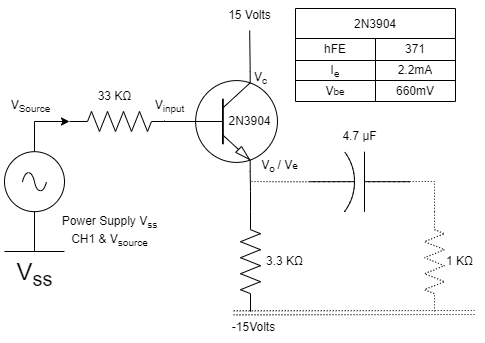
The draw.io diagram Lab04-EmitterFollower/EmitterFollower.drawio.png in k3jdr/MyLabsData, before a commit. Source tidied: cells renumbered, new cells last; positions are measured from the earlier drawing's top-left corner, leaving out a move shared by most shapes.
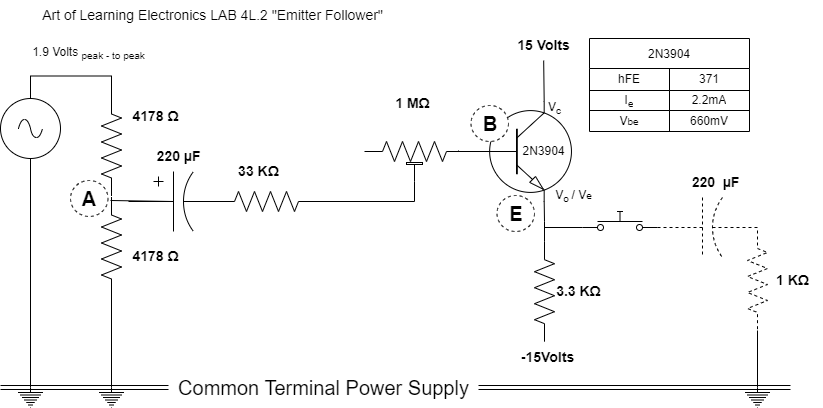
After the commit.

What changed in the source:
```diff
@@ -3,82 +3,69 @@
     <mxCell id="0" />
     <mxCell id="1" parent="0" />
     <mxCell id="2" style="verticalLabelPosition=bottom;shadow=0;dashed=0;align=center;html=1;verticalAlign=top;shape=mxgraph.electrical.transistors.npn_transistor_1;" parent="1" vertex="1">
-      <mxGeometry x="184" y="71" width="95" height="100" as="geometry" />
+      <mxGeometry x="472" y="91" width="95" height="100" as="geometry" />
     </mxCell>
+    <mxCell id="39" style="edgeStyle=orthogonalEdgeStyle;rounded=0;jettySize=auto;html=1;exitX=1;exitY=0.5;exitDx=0;exitDy=0;exitPerimeter=0;entryX=0.5;entryY=1;entryDx=0;entryDy=0;entryPerimeter=0;endArrow=none;endFill=0;" parent="1" edge="1" target="52">
+      <mxGeometry relative="1" as="geometry">
+        <mxPoint x="294" y="191" as="sourcePoint" />
+      </mxGeometry>
+    </mxCell>
+    <mxCell id="40" style="edgeStyle=orthogonalEdgeStyle;rounded=0;jettySize=auto;html=1;exitX=0;exitY=0.5;exitDx=0;exitDy=0;exitPerimeter=0;entryX=1;entryY=0.5;entryDx=0;entryDy=0;entryPerimeter=0;endArrow=none;endFill=0;" parent="1" edge="1" source="3" target="54">
+      <mxGeometry relative="1" as="geometry" />
+    </mxCell>
     <mxCell id="3" style="verticalLabelPosition=bottom;shadow=0;dashed=0;align=center;html=1;verticalAlign=top;shape=mxgraph.electrical.resistors.resistor_2;" parent="1" vertex="1">
-      <mxGeometry x="69" y="111" width="100" height="20" as="geometry" />
+      <mxGeometry x="210" y="181" width="100" height="20" as="geometry" />
     </mxCell>
     <mxCell id="4" style="edgeStyle=orthogonalEdgeStyle;rounded=0;jettySize=auto;html=1;endArrow=none;endFill=0;entryX=0.7;entryY=1;entryDx=0;entryDy=0;entryPerimeter=0;" parent="1" edge="1" source="5" target="2">
       <mxGeometry relative="1" as="geometry" />
     </mxCell>
     <mxCell id="5" style="verticalLabelPosition=bottom;shadow=0;dashed=0;align=center;html=1;verticalAlign=top;shape=mxgraph.electrical.resistors.resistor_2;direction=south;" parent="1" vertex="1">
-      <mxGeometry x="240" y="211.2" width="20" height="100" as="geometry" />
+      <mxGeometry x="528" y="231.2" width="20" height="100" as="geometry" />
     </mxCell>
-    <mxCell id="6" value="3.3 KΩ" style="text;html=1;align=center;verticalAlign=middle;strokeColor=none;fillColor=none;" parent="1" vertex="1">
-      <mxGeometry x="254" y="246.2" width="60" height="30" as="geometry" />
+    <mxCell id="6" value="&lt;b&gt;&lt;font style=&quot;font-size: 14px;&quot;&gt;3.3 KΩ&lt;/font&gt;&lt;/b&gt;" style="text;html=1;align=center;verticalAlign=middle;strokeColor=none;fillColor=none;" parent="1" vertex="1">
+      <mxGeometry x="537" y="266.2" width="70" height="30" as="geometry" />
     </mxCell>
-    <mxCell id="7" value="-15Volts" style="text;html=1;align=center;verticalAlign=middle;strokeColor=none;fillColor=none;" parent="1" vertex="1">
-      <mxGeometry x="218" y="312" width="70" height="30" as="geometry" />
+    <mxCell id="7" value="&lt;b&gt;&lt;font style=&quot;font-size: 14px;&quot;&gt;-15Volts&lt;/font&gt;&lt;/b&gt;" style="text;html=1;align=center;verticalAlign=middle;strokeColor=none;fillColor=none;" parent="1" vertex="1">
+      <mxGeometry x="501" y="332" width="80" height="30" as="geometry" />
     </mxCell>
-    <mxCell id="8" value="15 Volts" style="text;html=1;align=center;verticalAlign=middle;points=[];strokeColor=none;fillColor=none;" parent="1" vertex="1">
-      <mxGeometry x="214" width="70" height="30" as="geometry" />
+    <mxCell id="8" value="&lt;b&gt;&lt;font style=&quot;font-size: 14px;&quot;&gt;15 Volts&lt;/font&gt;&lt;/b&gt;" style="text;html=1;align=center;verticalAlign=middle;points=[];strokeColor=none;fillColor=none;" parent="1" vertex="1">
+      <mxGeometry x="497" y="20" width="80" height="30" as="geometry" />
     </mxCell>
-    <mxCell id="9" value="33 KΩ" style="text;html=1;align=center;verticalAlign=middle;strokeColor=none;fillColor=none;" parent="1" vertex="1">
-      <mxGeometry x="84" y="81" width="60" height="30" as="geometry" />
+    <mxCell id="9" value="&lt;b&gt;&lt;font style=&quot;font-size: 14px;&quot;&gt;33 KΩ&lt;/font&gt;&lt;/b&gt;" style="text;html=1;align=center;verticalAlign=middle;strokeColor=none;fillColor=none;" parent="1" vertex="1">
+      <mxGeometry x="222" y="145.5" width="60" height="30" as="geometry" />
     </mxCell>
     <mxCell id="10" style="edgeStyle=orthogonalEdgeStyle;rounded=0;orthogonalLoop=1;jettySize=auto;html=1;endArrow=none;endFill=0;" parent="1" edge="1">
       <mxGeometry relative="1" as="geometry">
-        <mxPoint x="192" y="121" as="sourcePoint" />
-        <mxPoint x="164" y="120" as="targetPoint" />
+        <mxPoint x="480" y="141" as="sourcePoint" />
+        <mxPoint x="452" y="140" as="targetPoint" />
       </mxGeometry>
     </mxCell>
     <mxCell id="11" value="2N3904" style="text;html=1;align=center;verticalAlign=middle;strokeColor=none;fillColor=none;" parent="1" vertex="1">
-      <mxGeometry x="214" y="106" width="70" height="30" as="geometry" />
+      <mxGeometry x="502" y="126" width="70" height="30" as="geometry" />
     </mxCell>
-    <mxCell id="12" style="edgeStyle=orthogonalEdgeStyle;rounded=0;jettySize=auto;html=1;endArrow=none;endFill=0;dashed=1;dashPattern=1 2;" parent="1" edge="1" source="13">
-      <mxGeometry relative="1" as="geometry">
-        <mxPoint x="250" y="181" as="targetPoint" />
-      </mxGeometry>
-    </mxCell>
-    <mxCell id="13" style="verticalLabelPosition=bottom;shadow=0;dashed=0;align=center;html=1;verticalAlign=top;shape=mxgraph.electrical.capacitors.capacitor_2;direction=west;" parent="1" vertex="1">
-      <mxGeometry x="309" y="151.2" width="100" height="60" as="geometry" />
-    </mxCell>
-    <mxCell id="14" value="4.7 µF" style="text;html=1;align=center;verticalAlign=middle;strokeColor=none;fillColor=none;dashed=1;dashPattern=1 2;" parent="1" vertex="1">
-      <mxGeometry x="329" y="121.2" width="60" height="30" as="geometry" />
+    <mxCell id="14" value="&lt;b&gt;&lt;font style=&quot;font-size: 14px;&quot;&gt;220&amp;nbsp; µF&lt;/font&gt;&lt;/b&gt;" style="text;html=1;align=center;verticalAlign=middle;strokeColor=none;fillColor=none;dashed=1;dashPattern=1 2;" parent="1" vertex="1">
+      <mxGeometry x="674" y="157" width="70" height="30" as="geometry" />
     </mxCell>
-    <mxCell id="15" style="verticalLabelPosition=bottom;shadow=0;dashed=1;align=center;html=1;verticalAlign=top;shape=mxgraph.electrical.resistors.resistor_2;direction=south;dashPattern=1 2;" parent="1" vertex="1">
-      <mxGeometry x="424" y="211.2" width="20" height="100" as="geometry" />
+    <mxCell id="15" style="verticalLabelPosition=bottom;shadow=0;dashed=1;align=center;html=1;verticalAlign=top;shape=mxgraph.electrical.resistors.resistor_2;direction=south;" parent="1" vertex="1">
+      <mxGeometry x="741" y="220" width="20" height="100" as="geometry" />
     </mxCell>
     <mxCell id="16" style="endArrow=none;html=1;rounded=0;exitX=0.7;exitY=0;exitDx=0;exitDy=0;exitPerimeter=0;" parent="1" edge="1" source="2" target="8">
       <mxGeometry relative="1" as="geometry" />
     </mxCell>
-    <mxCell id="17" style="verticalLabelPosition=bottom;shadow=0;dashed=1;align=center;html=1;verticalAlign=top;shape=mxgraph.electrical.capacitors.capacitor_2;direction=west;strokeWidth=1;dashPattern=1 4;" parent="1" vertex="1">
-      <mxGeometry x="309" y="151.2" width="100" height="60" as="geometry" />
+    <mxCell id="17" style="verticalLabelPosition=bottom;shadow=0;dashed=1;align=center;html=1;verticalAlign=top;shape=mxgraph.electrical.capacitors.capacitor_2;direction=west;strokeWidth=1;rotation=-180;" parent="1" vertex="1">
+      <mxGeometry x="651" y="187" width="100" height="60" as="geometry" />
     </mxCell>
-    <mxCell id="18" value="1 KΩ" style="text;html=1;align=center;verticalAlign=middle;strokeColor=none;fillColor=none;dashed=1;dashPattern=1 2;" parent="1" vertex="1">
-      <mxGeometry x="434" y="246.2" width="50" height="30" as="geometry" />
+    <mxCell id="18" value="&lt;b&gt;&lt;font style=&quot;font-size: 14px;&quot;&gt;1 KΩ&lt;/font&gt;&lt;/b&gt;" style="text;html=1;align=center;verticalAlign=middle;strokeColor=none;fillColor=none;dashed=1;dashPattern=1 2;" parent="1" vertex="1">
+      <mxGeometry x="756" y="255" width="60" height="30" as="geometry" />
     </mxCell>
-    <mxCell id="19" style="edgeStyle=orthogonalEdgeStyle;rounded=0;jettySize=auto;html=1;endArrow=none;endFill=0;dashed=1;dashPattern=1 2;exitX=0;exitY=0.5;exitDx=0;exitDy=0;exitPerimeter=0;" parent="1" edge="1" source="15" target="17">
-      <mxGeometry relative="1" as="geometry">
-        <Array as="points">
-          <mxPoint x="434" y="181" />
-        </Array>
-      </mxGeometry>
-    </mxCell>
-    <mxCell id="20" style="edgeStyle=orthogonalEdgeStyle;rounded=0;jettySize=auto;html=1;entryX=0;entryY=0.5;entryDx=0;entryDy=0;entryPerimeter=0;exitX=0.5;exitY=0;exitDx=0;exitDy=0;exitPerimeter=0;" parent="1" edge="1" source="21" target="3">
-      <mxGeometry relative="1" as="geometry" />
-    </mxCell>
+    <mxCell id="41" style="edgeStyle=none;rounded=0;jettySize=auto;html=1;entryX=0.5;entryY=0;entryDx=0;entryDy=0;entryPerimeter=0;endArrow=none;endFill=0;" parent="1" edge="1" source="21" target="42">
+      <mxGeometry relative="1" as="geometry" />
+    </mxCell>
     <mxCell id="21" style="verticalLabelPosition=bottom;shadow=0;dashed=0;align=center;html=1;verticalAlign=top;shape=mxgraph.electrical.signal_sources.source;points=[[0.5,0,0],[1,0.5,0],[0.5,1,0],[0,0.5,0]];elSignalType=ac;strokeWidth=1;" parent="1" vertex="1">
-      <mxGeometry x="4" y="151.2" width="60" height="60" as="geometry" />
+      <mxGeometry x="-6" y="88" width="60" height="60" as="geometry" />
     </mxCell>
-    <mxCell id="22" style="shape=link;html=1;rounded=0;dashed=1;dashPattern=1 2;endArrow=none;endFill=0;exitX=0.36;exitY=0.01;exitDx=0;exitDy=0;exitPerimeter=0;" parent="1" edge="1">
-      <mxGeometry relative="1" as="geometry">
-        <mxPoint x="233.2" y="312.3" as="sourcePoint" />
-        <mxPoint x="474" y="312" as="targetPoint" />
-      </mxGeometry>
-    </mxCell>
     <mxCell id="23" value="2N3904" style="shape=table;startSize=30;strokeWidth=1;" parent="1" vertex="1">
-      <mxGeometry x="295" y="8" width="160" height="93" as="geometry" />
+      <mxGeometry x="583" y="28" width="160" height="93" as="geometry" />
     </mxCell>
     <mxCell id="24" style="shape=tableRow;horizontal=0;startSize=0;swimlaneHead=0;swimlaneBody=0;strokeColor=inherit;top=0;left=0;bottom=0;right=0;fillColor=none;dashed=1;strokeWidth=1;" parent="23" vertex="1">
       <mxGeometry y="30" width="160" height="22" as="geometry" />
@@ -108,22 +95,94 @@
       <mxGeometry x="80" width="80" height="21" as="geometry" />
     </mxCell>
     <mxCell id="33" value="V&lt;sub&gt;o &lt;/sub&gt;/ V&lt;span style=&quot;font-size: 10px;&quot;&gt;e&lt;/span&gt;" style="text;html=1;align=center;verticalAlign=middle;strokeColor=none;fillColor=none;" parent="1" vertex="1">
-      <mxGeometry x="249" y="151" width="60" height="30" as="geometry" />
+      <mxGeometry x="537" y="171" width="60" height="30" as="geometry" />
     </mxCell>
     <mxCell id="34" value="V&lt;sub&gt;c&lt;/sub&gt;" style="text;html=1;align=center;verticalAlign=middle;strokeColor=none;fillColor=none;" parent="1" vertex="1">
-      <mxGeometry x="240" y="63" width="40" height="30" as="geometry" />
+      <mxGeometry x="528" y="83" width="40" height="30" as="geometry" />
     </mxCell>
-    <mxCell id="35" value="V&lt;sub&gt;input&lt;/sub&gt;" style="text;html=1;align=center;verticalAlign=middle;strokeColor=none;fillColor=none;" parent="1" vertex="1">
-      <mxGeometry x="144" y="91.2" width="50" height="30" as="geometry" />
-    </mxCell>
-    <mxCell id="36" value="V&lt;sub&gt;Source&lt;/sub&gt;" style="text;html=1;align=center;verticalAlign=middle;strokeColor=none;fillColor=none;" parent="1" vertex="1">
-      <mxGeometry y="91.2" width="60" height="30" as="geometry" />
-    </mxCell>
-    <mxCell id="37" value="Power Supply V&lt;sub&gt;ss&lt;/sub&gt;&lt;br&gt;CH1 &amp;amp; V&lt;sub&gt;source&lt;/sub&gt;" style="text;html=1;align=center;verticalAlign=middle;strokeColor=none;fillColor=none;" parent="1" vertex="1">
-      <mxGeometry x="49" y="206" width="120" height="50" as="geometry" />
-    </mxCell>
-    <mxCell id="38" value="V&lt;sub&gt;ss&lt;/sub&gt;" style="verticalLabelPosition=bottom;shadow=0;dashed=0;align=center;html=1;verticalAlign=top;shape=mxgraph.electrical.signal_sources.vss2;fontSize=24;flipV=1;" parent="1" vertex="1">
-      <mxGeometry x="4" y="211" width="60" height="40" as="geometry" />
-    </mxCell>
+    <mxCell id="42" style="verticalLabelPosition=bottom;shadow=0;dashed=0;align=center;html=1;verticalAlign=top;shape=mxgraph.electrical.signal_sources.protective_earth;" parent="1" vertex="1">
+      <mxGeometry x="11.5" y="377" width="25" height="20" as="geometry" />
+    </mxCell>
+    <mxCell id="43" style="edgeStyle=orthogonalEdgeStyle;rounded=0;jettySize=auto;html=1;exitX=0;exitY=0.5;exitDx=0;exitDy=0;exitPerimeter=0;entryX=0.5;entryY=0;entryDx=0;entryDy=0;entryPerimeter=0;endArrow=none;endFill=0;" parent="1" edge="1" source="44" target="21">
+      <mxGeometry relative="1" as="geometry" />
+    </mxCell>
+    <mxCell id="44" style="verticalLabelPosition=bottom;shadow=0;dashed=0;align=center;html=1;verticalAlign=top;shape=mxgraph.electrical.resistors.resistor_2;rotation=90;" parent="1" vertex="1">
+      <mxGeometry x="55" y="125.5" width="100" height="20" as="geometry" />
+    </mxCell>
+    <mxCell id="45" style="edgeStyle=none;rounded=0;jettySize=auto;html=1;entryX=0.5;entryY=0;entryDx=0;entryDy=0;entryPerimeter=0;endArrow=none;endFill=0;" parent="1" edge="1" source="46" target="47">
+      <mxGeometry relative="1" as="geometry" />
+    </mxCell>
+    <mxCell id="46" style="verticalLabelPosition=bottom;shadow=0;dashed=0;align=center;html=1;verticalAlign=top;shape=mxgraph.electrical.resistors.resistor_2;rotation=90;" parent="1" vertex="1">
+      <mxGeometry x="55" y="226.5" width="100" height="20" as="geometry" />
+    </mxCell>
+    <mxCell id="47" style="verticalLabelPosition=bottom;shadow=0;dashed=0;align=center;html=1;verticalAlign=top;shape=mxgraph.electrical.signal_sources.protective_earth;" parent="1" vertex="1">
+      <mxGeometry x="92.5" y="377" width="25" height="20" as="geometry" />
+    </mxCell>
+    <mxCell id="48" style="edgeStyle=orthogonalEdgeStyle;rounded=0;jettySize=auto;html=1;endArrow=none;endFill=0;exitX=0;exitY=0.8;exitDx=0;exitDy=0;" parent="1" edge="1" source="49">
+      <mxGeometry relative="1" as="geometry">
+        <mxPoint x="538" y="220" as="targetPoint" />
+      </mxGeometry>
+    </mxCell>
+    <mxCell id="49" style="shape=mxgraph.electrical.electro-mechanical.pushbutton;elSwitchState=off;" parent="1" vertex="1">
+      <mxGeometry x="576" y="201" width="75" height="20" as="geometry" />
+    </mxCell>
+    <mxCell id="50" style="edgeStyle=orthogonalEdgeStyle;rounded=0;jettySize=auto;html=1;entryX=1;entryY=0.5;entryDx=0;entryDy=0;entryPerimeter=0;endArrow=none;endFill=0;" parent="1" edge="1" source="51" target="15">
+      <mxGeometry relative="1" as="geometry" />
+    </mxCell>
+    <mxCell id="51" style="verticalLabelPosition=bottom;shadow=0;dashed=0;align=center;html=1;verticalAlign=top;shape=mxgraph.electrical.signal_sources.protective_earth;" parent="1" vertex="1">
+      <mxGeometry x="738.5" y="377" width="25" height="20" as="geometry" />
+    </mxCell>
+    <mxCell id="52" style="verticalLabelPosition=bottom;shadow=0;dashed=0;align=center;html=1;verticalAlign=top;shape=mxgraph.electrical.resistors.trimmer_pot_2;strokeWidth=1;" parent="1" vertex="1">
+      <mxGeometry x="358" y="131" width="100" height="40" as="geometry" />
+    </mxCell>
+    <mxCell id="53" style="edgeStyle=none;rounded=0;orthogonalLoop=1;jettySize=auto;html=1;endArrow=none;endFill=0;exitX=0;exitY=0.5;exitDx=0;exitDy=0;exitPerimeter=0;" parent="1" edge="1">
+      <mxGeometry relative="1" as="geometry">
+        <mxPoint x="167" y="191" as="sourcePoint" />
+        <mxPoint x="104" y="190" as="targetPoint" />
+      </mxGeometry>
+    </mxCell>
+    <mxCell id="54" style="verticalLabelPosition=bottom;shadow=0;dashed=0;align=center;html=1;verticalAlign=top;shape=mxgraph.electrical.capacitors.capacitor_3;strokeWidth=1;" parent="1" vertex="1">
+      <mxGeometry x="122" y="161" width="100" height="60" as="geometry" />
+    </mxCell>
+    <mxCell id="55" value="&lt;b&gt;&lt;font style=&quot;font-size: 14px;&quot;&gt;220 µF&lt;/font&gt;&lt;/b&gt;" style="text;html=1;align=center;verticalAlign=middle;strokeColor=none;fillColor=none;" parent="1" vertex="1">
+      <mxGeometry x="137" y="131" width="70" height="30" as="geometry" />
+    </mxCell>
+    <mxCell id="56" value="&lt;b&gt;&lt;font style=&quot;font-size: 14px;&quot;&gt;1 MΩ&lt;/font&gt;&lt;/b&gt;" style="text;html=1;align=center;verticalAlign=middle;strokeColor=none;fillColor=none;" parent="1" vertex="1">
+      <mxGeometry x="376" y="78" width="60" height="30" as="geometry" />
+    </mxCell>
+    <mxCell id="57" value="1.9 Volts &lt;sub&gt;peak - to peak&lt;/sub&gt;" style="text;html=1;align=center;verticalAlign=middle;strokeColor=none;fillColor=none;" parent="1" vertex="1">
+      <mxGeometry x="11.5" y="28" width="140" height="30" as="geometry" />
+    </mxCell>
+    <mxCell id="58" value="&lt;font style=&quot;font-size: 20px;&quot;&gt;&lt;b&gt;A&lt;/b&gt;&lt;/font&gt;" style="ellipse;whiteSpace=wrap;html=1;dashed=1;strokeWidth=1;" parent="1" vertex="1">
+      <mxGeometry x="64" y="170" width="37.5" height="36" as="geometry" />
+    </mxCell>
+    <mxCell id="59" value="&lt;font style=&quot;font-size: 20px;&quot;&gt;&lt;b&gt;B&lt;/b&gt;&lt;/font&gt;" style="ellipse;whiteSpace=wrap;html=1;dashed=1;strokeWidth=1;" parent="1" vertex="1">
+      <mxGeometry x="464.5" y="95" width="37.5" height="36" as="geometry" />
+    </mxCell>
+    <mxCell id="60" value="&lt;font style=&quot;font-size: 20px;&quot;&gt;&lt;b&gt;E&lt;/b&gt;&lt;/font&gt;" style="ellipse;whiteSpace=wrap;html=1;dashed=1;strokeWidth=1;" parent="1" vertex="1">
+      <mxGeometry x="490.5" y="185" width="37.5" height="36" as="geometry" />
+    </mxCell>
+    <mxCell id="61" style="edgeStyle=orthogonalEdgeStyle;shape=link;rounded=0;jettySize=auto;html=1;fontSize=20;endArrow=none;endFill=0;" parent="1" edge="1" source="63">
+      <mxGeometry relative="1" as="geometry">
+        <mxPoint x="784" y="377" as="targetPoint" />
+      </mxGeometry>
+    </mxCell>
+    <mxCell id="62" style="edgeStyle=orthogonalEdgeStyle;shape=link;rounded=0;jettySize=auto;html=1;fontSize=20;endArrow=none;endFill=0;" parent="1" edge="1" source="63">
+      <mxGeometry relative="1" as="geometry">
+        <mxPoint x="-6" y="377" as="targetPoint" />
+      </mxGeometry>
+    </mxCell>
+    <mxCell id="63" value="Common Terminal Power Supply" style="text;html=1;align=center;verticalAlign=middle;points=[];strokeColor=none;fillColor=none;fontSize=20;" parent="1" vertex="1">
+      <mxGeometry x="162" y="357" width="310" height="40" as="geometry" />
+    </mxCell>
+    <mxCell id="64" value="&lt;b&gt;4178 Ω&lt;/b&gt;" style="text;html=1;align=center;verticalAlign=middle;strokeColor=none;fillColor=none;fontSize=14;" parent="1" vertex="1">
+      <mxGeometry x="114" y="91" width="70" height="30" as="geometry" />
+    </mxCell>
+    <mxCell id="65" value="&lt;b&gt;4178 Ω&lt;/b&gt;" style="text;html=1;align=center;verticalAlign=middle;strokeColor=none;fillColor=none;fontSize=14;" parent="1" vertex="1">
+      <mxGeometry x="114" y="231.2" width="70" height="30" as="geometry" />
+    </mxCell>
+    <mxCell id="66" value="Art of Learning Electronics LAB 4L.2 &quot;Emitter Follower&quot;" style="text;html=1;align=center;verticalAlign=middle;strokeColor=none;fillColor=none;fontSize=14;" parent="1" vertex="1">
+      <mxGeometry x="26" y="-10" width="360" height="30" as="geometry" />
+    </mxCell>
   </root>
 </mxGraphModel>
```
